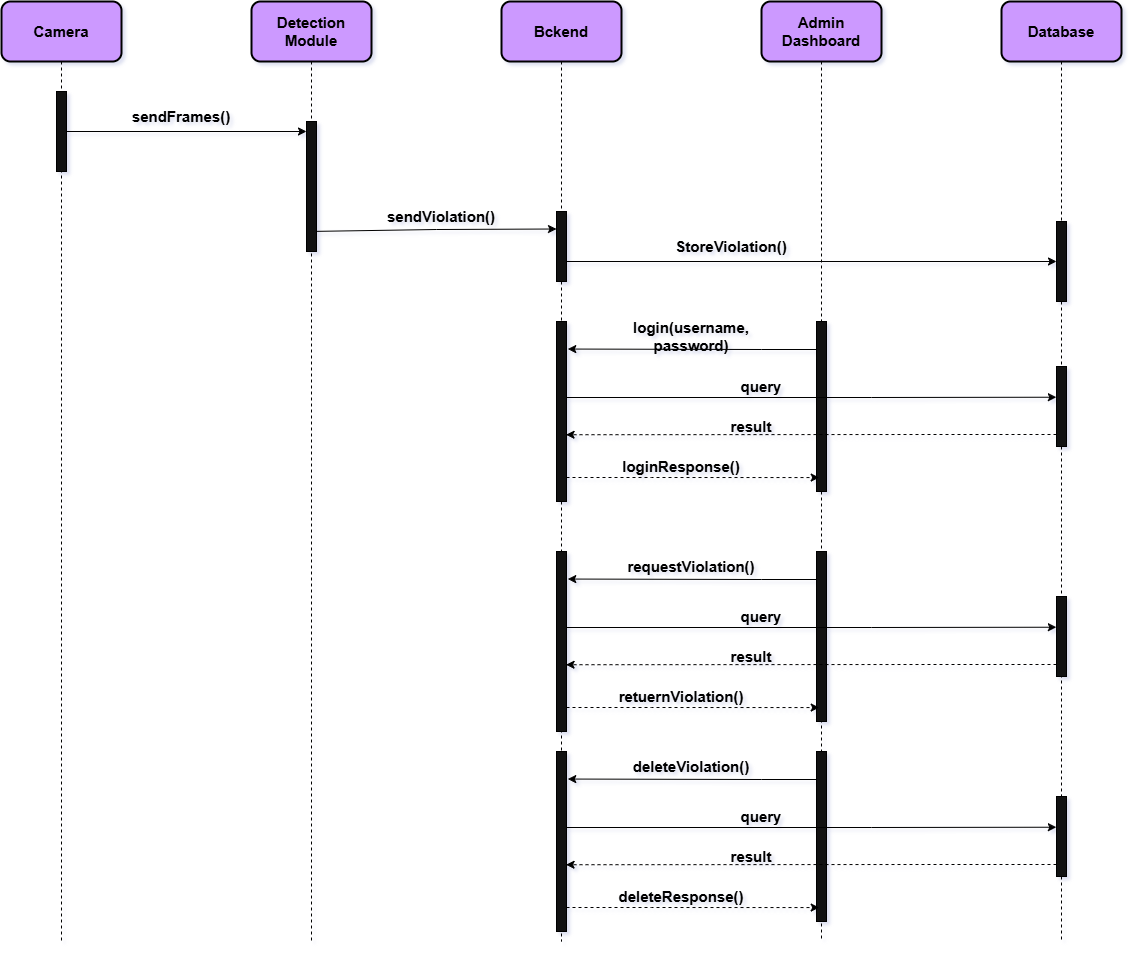
The draw.io diagram System Sequence Diagram SSD.png in safe-ride-AI/unsafe-passenger-detection, before a commit. Source tidied: cells renumbered, new cells last; positions are measured from the earlier drawing's top-left corner, leaving out a move shared by most shapes.
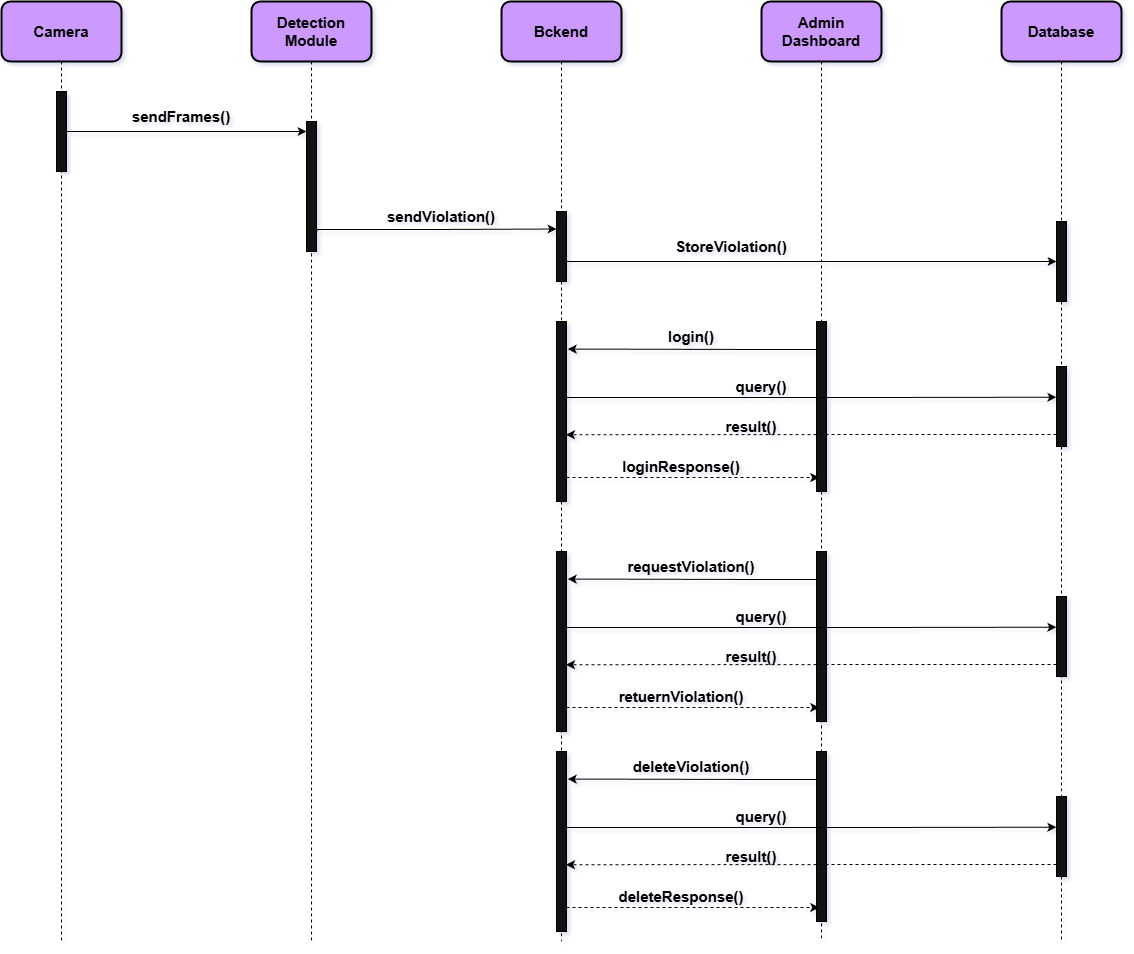
The same file after the commit.

Change to the diagram source:
```diff
@@ -81,7 +81,7 @@
     <mxCell id="19" style="rounded=0;whiteSpace=wrap;html=1;strokeColor=light-dark(#FFFFFF,#000000);fontColor=light-dark(#FFFFFF,#000000);fontStyle=1;fontSize=15;" parent="1" vertex="1">
       <mxGeometry x="555" y="320" width="10" height="180" as="geometry" />
     </mxCell>
-    <mxCell id="20" value="login(username, password)" style="text;html=1;whiteSpace=wrap;strokeColor=none;fillColor=none;align=center;verticalAlign=middle;rounded=0;fontColor=light-dark(#FFFFFF,#000000);fontStyle=1;fontSize=15;" parent="1" vertex="1">
+    <mxCell id="20" value="login()" style="text;html=1;whiteSpace=wrap;strokeColor=none;fillColor=none;align=center;verticalAlign=middle;rounded=0;fontColor=light-dark(#FFFFFF,#000000);fontStyle=1;fontSize=15;" parent="1" vertex="1">
       <mxGeometry x="635" y="320" width="110" height="30" as="geometry" />
     </mxCell>
     <mxCell id="21" value="loginResponse()" style="text;html=1;whiteSpace=wrap;strokeColor=none;fillColor=none;align=center;verticalAlign=middle;rounded=0;fontColor=light-dark(#FFFFFF,#000000);fontStyle=1;fontSize=15;" parent="1" vertex="1">
@@ -135,7 +135,7 @@
         </Array>
       </mxGeometry>
     </mxCell>
-    <mxCell id="35" value="query" style="text;html=1;whiteSpace=wrap;strokeColor=none;fillColor=none;align=center;verticalAlign=middle;rounded=0;fontStyle=1;fontSize=15;fontColor=light-dark(#FFFFFF,#000000);" parent="1" vertex="1">
+    <mxCell id="35" value="query()" style="text;html=1;whiteSpace=wrap;strokeColor=none;fillColor=none;align=center;verticalAlign=middle;rounded=0;fontStyle=1;fontSize=15;fontColor=light-dark(#FFFFFF,#000000);" parent="1" vertex="1">
       <mxGeometry x="730" y="370" width="60" height="30" as="geometry" />
     </mxCell>
     <mxCell id="36" style="edgeStyle=orthogonalEdgeStyle;rounded=0;jettySize=auto;html=1;entryX=0.957;entryY=0.629;entryDx=0;entryDy=0;entryPerimeter=0;dashed=1;fontStyle=1;fontSize=15;fontColor=light-dark(#FFFFFF,#000000);strokeColor=light-dark(#FFFFFF,#000000);" parent="1" edge="1" source="33" target="19">
@@ -146,7 +146,7 @@
         </Array>
       </mxGeometry>
     </mxCell>
-    <mxCell id="37" value="result" style="text;html=1;whiteSpace=wrap;strokeColor=none;fillColor=none;align=center;verticalAlign=middle;rounded=0;fontStyle=1;fontSize=15;fontColor=light-dark(#FFFFFF,#000000);" parent="1" vertex="1">
+    <mxCell id="37" value="result()" style="text;html=1;whiteSpace=wrap;strokeColor=none;fillColor=none;align=center;verticalAlign=middle;rounded=0;fontStyle=1;fontSize=15;fontColor=light-dark(#FFFFFF,#000000);" parent="1" vertex="1">
       <mxGeometry x="720" y="410" width="60" height="30" as="geometry" />
     </mxCell>
     <mxCell id="38" style="edgeStyle=orthogonalEdgeStyle;rounded=0;jettySize=auto;html=1;entryX=1.129;entryY=0.153;entryDx=0;entryDy=0;strokeColor=light-dark(#FFFFFF,#000000);fontColor=light-dark(#FFFFFF,#000000);entryPerimeter=0;fontStyle=1;fontSize=15;" parent="1" edge="1" source="39" target="41">
@@ -188,7 +188,7 @@
         </Array>
       </mxGeometry>
     </mxCell>
-    <mxCell id="46" value="query" style="text;html=1;whiteSpace=wrap;strokeColor=none;fillColor=none;align=center;verticalAlign=middle;rounded=0;fontStyle=1;fontSize=15;fontColor=light-dark(#FFFFFF,#000000);" parent="1" vertex="1">
+    <mxCell id="46" value="query()" style="text;html=1;whiteSpace=wrap;strokeColor=none;fillColor=none;align=center;verticalAlign=middle;rounded=0;fontStyle=1;fontSize=15;fontColor=light-dark(#FFFFFF,#000000);" parent="1" vertex="1">
       <mxGeometry x="730" y="600" width="60" height="30" as="geometry" />
     </mxCell>
     <mxCell id="47" style="edgeStyle=orthogonalEdgeStyle;rounded=0;jettySize=auto;html=1;entryX=0.957;entryY=0.629;entryDx=0;entryDy=0;entryPerimeter=0;dashed=1;fontStyle=1;fontSize=15;fontColor=light-dark(#FFFFFF,#000000);strokeColor=light-dark(#FFFFFF,#000000);" parent="1" edge="1" source="44" target="41">
@@ -199,7 +199,7 @@
         </Array>
       </mxGeometry>
     </mxCell>
-    <mxCell id="48" value="result" style="text;html=1;whiteSpace=wrap;strokeColor=none;fillColor=none;align=center;verticalAlign=middle;rounded=0;fontStyle=1;fontSize=15;fontColor=light-dark(#FFFFFF,#000000);" parent="1" vertex="1">
+    <mxCell id="48" value="result()" style="text;html=1;whiteSpace=wrap;strokeColor=none;fillColor=none;align=center;verticalAlign=middle;rounded=0;fontStyle=1;fontSize=15;fontColor=light-dark(#FFFFFF,#000000);" parent="1" vertex="1">
       <mxGeometry x="720" y="640" width="60" height="30" as="geometry" />
     </mxCell>
     <mxCell id="49" style="edgeStyle=orthogonalEdgeStyle;rounded=0;jettySize=auto;html=1;entryX=1.129;entryY=0.153;entryDx=0;entryDy=0;strokeColor=light-dark(#FFFFFF,#000000);fontColor=light-dark(#FFFFFF,#000000);entryPerimeter=0;fontStyle=1;fontSize=15;" parent="1" edge="1" source="50" target="52">
@@ -246,7 +246,7 @@
         </Array>
       </mxGeometry>
     </mxCell>
-    <mxCell id="58" value="query" style="text;html=1;whiteSpace=wrap;strokeColor=none;fillColor=none;align=center;verticalAlign=middle;rounded=0;fontStyle=1;fontSize=15;fontColor=light-dark(#FFFFFF,#000000);" parent="1" vertex="1">
+    <mxCell id="58" value="query()" style="text;html=1;whiteSpace=wrap;strokeColor=none;fillColor=none;align=center;verticalAlign=middle;rounded=0;fontStyle=1;fontSize=15;fontColor=light-dark(#FFFFFF,#000000);" parent="1" vertex="1">
       <mxGeometry x="730" y="800" width="60" height="30" as="geometry" />
     </mxCell>
     <mxCell id="59" style="edgeStyle=orthogonalEdgeStyle;rounded=0;jettySize=auto;html=1;entryX=0.957;entryY=0.629;entryDx=0;entryDy=0;entryPerimeter=0;dashed=1;fontStyle=1;fontSize=15;fontColor=light-dark(#FFFFFF,#000000);strokeColor=light-dark(#FFFFFF,#000000);" parent="1" edge="1" source="56" target="52">
@@ -257,7 +257,7 @@
         </Array>
       </mxGeometry>
     </mxCell>
-    <mxCell id="60" value="result" style="text;html=1;whiteSpace=wrap;strokeColor=none;fillColor=none;align=center;verticalAlign=middle;rounded=0;fontStyle=1;fontSize=15;fontColor=light-dark(#FFFFFF,#000000);" parent="1" vertex="1">
+    <mxCell id="60" value="result()" style="text;html=1;whiteSpace=wrap;strokeColor=none;fillColor=none;align=center;verticalAlign=middle;rounded=0;fontStyle=1;fontSize=15;fontColor=light-dark(#FFFFFF,#000000);" parent="1" vertex="1">
       <mxGeometry x="720" y="840" width="60" height="30" as="geometry" />
     </mxCell>
   </root>
```
